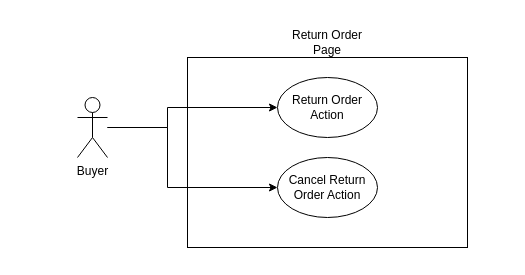
AlexTheVeil/IntrotoSEProject keeps this draw.io diagram as ReturnorderUCD.drawio. Above is the earlier version. Source tidied: cells renumbered, new cells numbered last; positions are measured from the earlier drawing's top-left corner, leaving out a move shared by most shapes. Both pictures are drawn from the tidied source at 100%, with x=0, y=0 at pixel (77, 27).
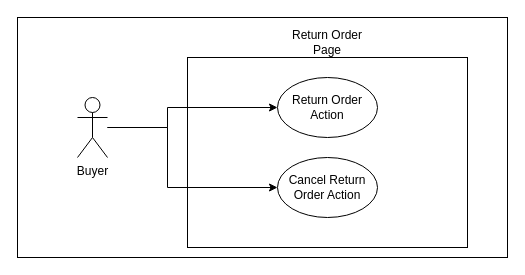
The same diagram, later.

What changed in the source:
```diff
@@
 <mxGraphModel>
   <root>
     <mxCell id="0" />
     <mxCell id="1" parent="0" />
+    <mxCell id="9" style="rounded=0;whiteSpace=wrap;html=1;" parent="1" vertex="1">
+      <mxGeometry x="-60" y="-10" width="490" height="240" as="geometry" />
+    </mxCell>
     <mxCell id="2" style="rounded=0;whiteSpace=wrap;html=1;" parent="1" vertex="1">
       <mxGeometry x="110" y="30" width="280" height="190" as="geometry" />
     </mxCell>
     <mxCell id="3" style="edgeStyle=orthogonalEdgeStyle;rounded=0;jettySize=auto;html=1;entryX=0;entryY=0.5;entryDx=0;entryDy=0;" parent="1" edge="1" source="5" target="7">
       <mxGeometry relative="1" as="geometry">
         <Array as="points">
           <mxPoint x="90" y="100" />
           <mxPoint x="90" y="80" />
         </Array>
       </mxGeometry>
     </mxCell>
     <mxCell id="4" style="edgeStyle=orthogonalEdgeStyle;rounded=0;jettySize=auto;html=1;entryX=0;entryY=0.5;entryDx=0;entryDy=0;" parent="1" edge="1" source="5" target="8">
       <mxGeometry relative="1" as="geometry">
         <Array as="points">
           <mxPoint x="90" y="100" />
           <mxPoint x="90" y="160" />
         </Array>
       </mxGeometry>
     </mxCell>
     <mxCell id="5" value="Buyer" style="shape=umlActor;verticalLabelPosition=bottom;verticalAlign=top;html=1;outlineConnect=0;" parent="1" vertex="1">
       <mxGeometry y="70" width="30" height="60" as="geometry" />
     </mxCell>
     <mxCell id="6" value="Return Order Page" style="text;html=1;align=center;verticalAlign=middle;whiteSpace=wrap;rounded=0;" parent="1" vertex="1">
       <mxGeometry x="200" width="100" height="30" as="geometry" />
     </mxCell>
     <mxCell id="7" value="Return Order Action" style="ellipse;whiteSpace=wrap;html=1;" parent="1" vertex="1">
       <mxGeometry x="200" y="50" width="100" height="60" as="geometry" />
     </mxCell>
     <mxCell id="8" value="Cancel Return Order Action" style="ellipse;whiteSpace=wrap;html=1;" parent="1" vertex="1">
       <mxGeometry x="200" y="130" width="100" height="60" as="geometry" />
     </mxCell>
   </root>
 </mxGraphModel>
```
